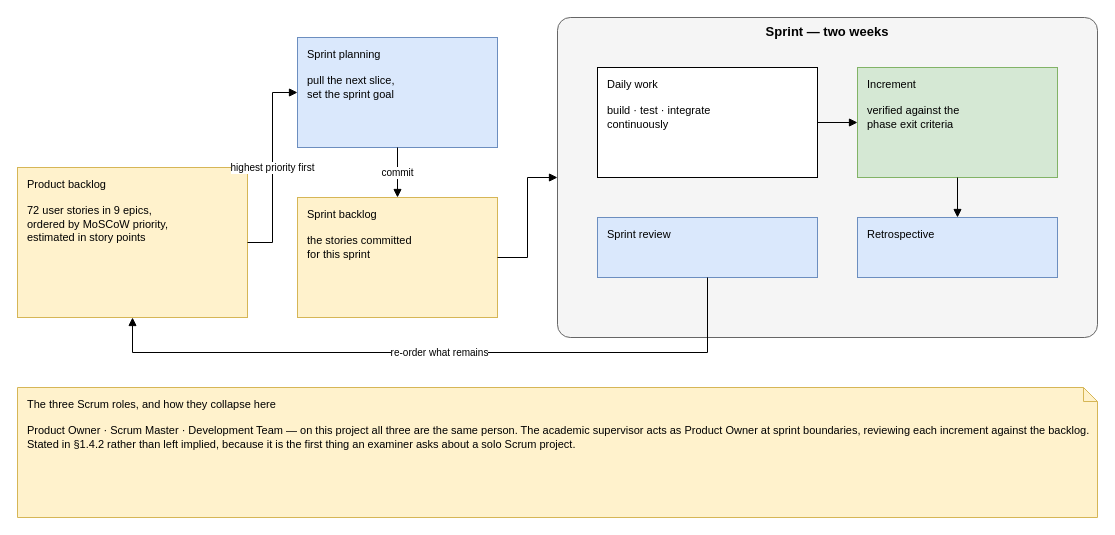
Above: diagrams/fig-1-1-scrum-framework/fig-1-1-scrum-framework.drawio in inkwell-dev/spec.inkwell.ai (draw.io), before the change. Source tidied: cells renumbered, new cells numbered last; positions are measured from the earlier drawing's top-left corner, leaving out a move shared by most shapes. Both pictures are drawn from the tidied source at 100%, with x=0, y=0 at pixel (17, 17).
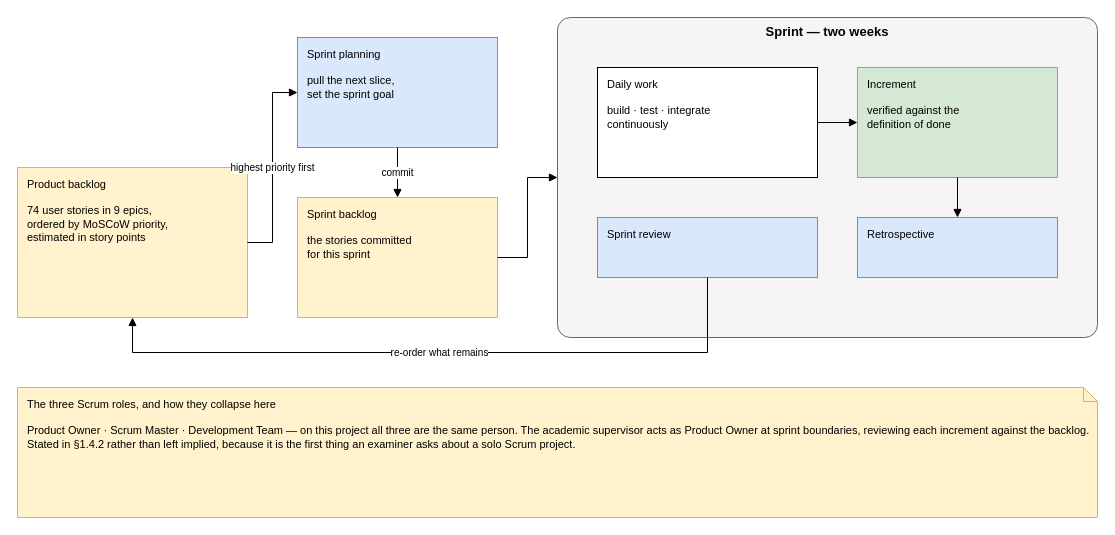
The same diagram, later.

The edit, as a diff of the source:
```diff
@@
 <mxGraphModel>
   <root>
     <mxCell id="0" />
     <mxCell id="1" parent="0" />
-    <mxCell id="2" value="Product backlog&lt;br&gt;&lt;br&gt;72 user stories in 9 epics,&lt;br&gt;ordered by MoSCoW priority,&lt;br&gt;estimated in story points" style="rounded=0;whiteSpace=wrap;html=1;verticalAlign=top;align=left;spacingLeft=8;spacingTop=4;fontSize=11;fillColor=#FFF2CC;strokeColor=#D6B656;" parent="1" vertex="1">
+    <mxCell id="2" value="Product backlog&lt;br&gt;&lt;br&gt;74 user stories in 9 epics,&lt;br&gt;ordered by MoSCoW priority,&lt;br&gt;estimated in story points" style="rounded=0;whiteSpace=wrap;html=1;verticalAlign=top;align=left;spacingLeft=8;spacingTop=4;fontSize=11;fillColor=#FFF2CC;strokeColor=#D6B656;" parent="1" vertex="1">
       <mxGeometry y="150" width="230" height="150" as="geometry" />
     </mxCell>
     <mxCell id="3" value="Sprint planning&lt;br&gt;&lt;br&gt;pull the next slice,&lt;br&gt;set the sprint goal" style="rounded=0;whiteSpace=wrap;html=1;verticalAlign=top;align=left;spacingLeft=8;spacingTop=4;fontSize=11;fillColor=#DAE8FC;strokeColor=#6C8EBF;" parent="1" vertex="1">
       <mxGeometry x="280" y="20" width="200" height="110" as="geometry" />
     </mxCell>
     <mxCell id="4" value="Sprint backlog&lt;br&gt;&lt;br&gt;the stories committed&lt;br&gt;for this sprint" style="rounded=0;whiteSpace=wrap;html=1;verticalAlign=top;align=left;spacingLeft=8;spacingTop=4;fontSize=11;fillColor=#FFF2CC;strokeColor=#D6B656;" parent="1" vertex="1">
       <mxGeometry x="280" y="180" width="200" height="120" as="geometry" />
     </mxCell>
     <mxCell id="5" value="Sprint — two weeks" style="rounded=1;whiteSpace=wrap;html=1;verticalAlign=top;fontStyle=1;fontSize=13;arcSize=4;fillColor=#F5F5F5;strokeColor=#666666;" parent="1" vertex="1">
       <mxGeometry x="540" width="540" height="320" as="geometry" />
     </mxCell>
     <mxCell id="6" value="Daily work&lt;br&gt;&lt;br&gt;build · test · integrate&lt;br&gt;continuously" style="rounded=0;whiteSpace=wrap;html=1;verticalAlign=top;align=left;spacingLeft=8;spacingTop=4;fontSize=11;fillColor=#FFFFFF;strokeColor=#000000;" parent="1" vertex="1">
       <mxGeometry x="580" y="50" width="220" height="110" as="geometry" />
     </mxCell>
-    <mxCell id="7" value="Increment&lt;br&gt;&lt;br&gt;verified against the&lt;br&gt;phase exit criteria" style="rounded=0;whiteSpace=wrap;html=1;verticalAlign=top;align=left;spacingLeft=8;spacingTop=4;fontSize=11;fillColor=#D5E8D4;strokeColor=#82B366;" parent="1" vertex="1">
+    <mxCell id="7" value="Increment&lt;br&gt;&lt;br&gt;verified against the&lt;br&gt;definition of done" style="rounded=0;whiteSpace=wrap;html=1;verticalAlign=top;align=left;spacingLeft=8;spacingTop=4;fontSize=11;fillColor=#D5E8D4;strokeColor=#82B366;" parent="1" vertex="1">
       <mxGeometry x="840" y="50" width="200" height="110" as="geometry" />
     </mxCell>
     <mxCell id="8" value="Sprint review" style="rounded=0;whiteSpace=wrap;html=1;verticalAlign=top;align=left;spacingLeft=8;spacingTop=4;fontSize=11;fillColor=#DAE8FC;strokeColor=#6C8EBF;" parent="1" vertex="1">
       <mxGeometry x="580" y="200" width="220" height="60" as="geometry" />
     </mxCell>
     <mxCell id="9" value="Retrospective" style="rounded=0;whiteSpace=wrap;html=1;verticalAlign=top;align=left;spacingLeft=8;spacingTop=4;fontSize=11;fillColor=#DAE8FC;strokeColor=#6C8EBF;" parent="1" vertex="1">
       <mxGeometry x="840" y="200" width="200" height="60" as="geometry" />
     </mxCell>
     <mxCell id="10" value="The three Scrum roles, and how they collapse here&lt;br&gt;&lt;br&gt;Product Owner · Scrum Master · Development Team — on this project all three are the same person. The academic supervisor acts as Product Owner at sprint boundaries, reviewing each increment against the backlog. Stated in §1.4.2 rather than left implied, because it is the first thing an examiner asks about a solo Scrum project." style="shape=note;whiteSpace=wrap;html=1;size=14;fontSize=11;align=left;verticalAlign=top;spacingLeft=8;spacingTop=4;fillColor=#FFF2CC;strokeColor=#D6B656;" parent="1" vertex="1">
       <mxGeometry y="370" width="1080" height="130" as="geometry" />
     </mxCell>
     <mxCell id="11" value="highest priority first" style="edgeStyle=orthogonalEdgeStyle;rounded=0;html=1;endArrow=block;endFill=1;fontSize=10;labelBackgroundColor=#FFFFFF;exitX=1;exitY=0.5;exitDx=0;exitDy=0;entryX=0;entryY=0.5;entryDx=0;entryDy=0;" parent="1" edge="1" source="2" target="3">
       <mxGeometry relative="1" as="geometry" />
     </mxCell>
     <mxCell id="12" value="commit" style="edgeStyle=orthogonalEdgeStyle;rounded=0;html=1;endArrow=block;endFill=1;fontSize=10;labelBackgroundColor=#FFFFFF;exitX=0.5;exitY=1;exitDx=0;exitDy=0;entryX=0.5;entryY=0;entryDx=0;entryDy=0;" parent="1" edge="1" source="3" target="4">
       <mxGeometry relative="1" as="geometry" />
     </mxCell>
     <mxCell id="13" style="edgeStyle=orthogonalEdgeStyle;rounded=0;html=1;endArrow=block;endFill=1;fontSize=10;labelBackgroundColor=#FFFFFF;exitX=1;exitY=0.5;exitDx=0;exitDy=0;entryX=0;entryY=0.5;entryDx=0;entryDy=0;" parent="1" edge="1" source="4" target="5">
       <mxGeometry relative="1" as="geometry" />
     </mxCell>
     <mxCell id="14" style="edgeStyle=orthogonalEdgeStyle;rounded=0;html=1;endArrow=block;endFill=1;fontSize=10;labelBackgroundColor=#FFFFFF;exitX=1;exitY=0.5;exitDx=0;exitDy=0;entryX=0;entryY=0.5;entryDx=0;entryDy=0;" parent="1" edge="1" source="6" target="7">
       <mxGeometry relative="1" as="geometry" />
     </mxCell>
     <mxCell id="15" style="edgeStyle=orthogonalEdgeStyle;rounded=0;html=1;endArrow=block;endFill=1;fontSize=10;labelBackgroundColor=#FFFFFF;exitX=0.5;exitY=1;exitDx=0;exitDy=0;entryX=0.5;entryY=0;entryDx=0;entryDy=0;" parent="1" edge="1" source="7" target="9">
       <mxGeometry relative="1" as="geometry" />
     </mxCell>
     <mxCell id="16" value="re-order what remains" style="edgeStyle=orthogonalEdgeStyle;rounded=0;html=1;endArrow=block;endFill=1;fontSize=10;labelBackgroundColor=#FFFFFF;exitX=0.5;exitY=1;exitDx=0;exitDy=0;entryX=0.5;entryY=1;entryDx=0;entryDy=0;" parent="1" edge="1" source="8" target="2">
       <mxGeometry relative="1" as="geometry">
         <Array as="points">
           <mxPoint x="690" y="335" />
           <mxPoint x="115" y="335" />
         </Array>
       </mxGeometry>
     </mxCell>
   </root>
 </mxGraphModel>
```
